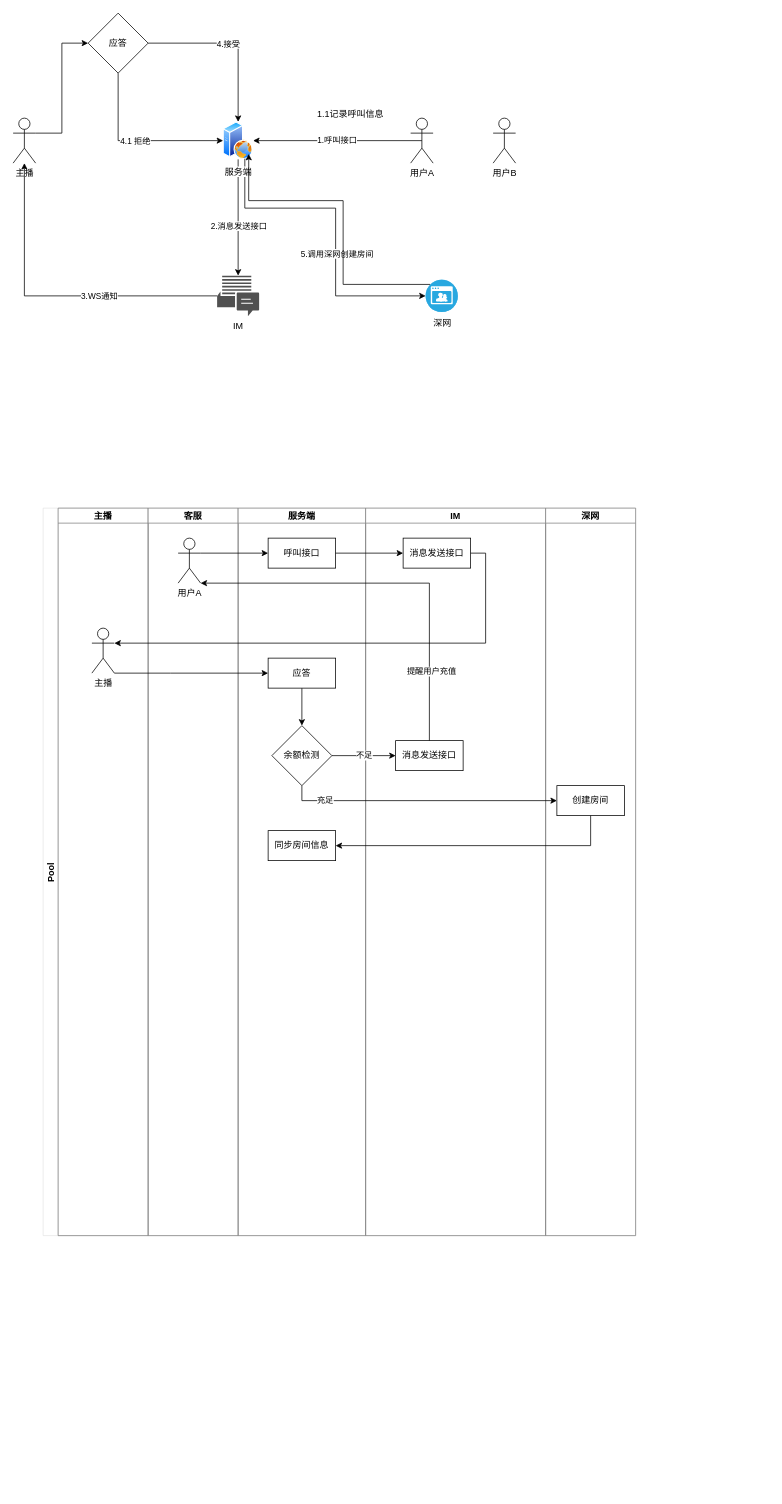
Above: LiveTV.drawio in yiuked/diagram (draw.io), before the change. Source tidied: cells renumbered, new cells numbered last; positions are measured from the earlier drawing's top-left corner, leaving out a move shared by most shapes. Both pictures are drawn from the tidied source at 75%, with x=0, y=0 at pixel (13, 13).
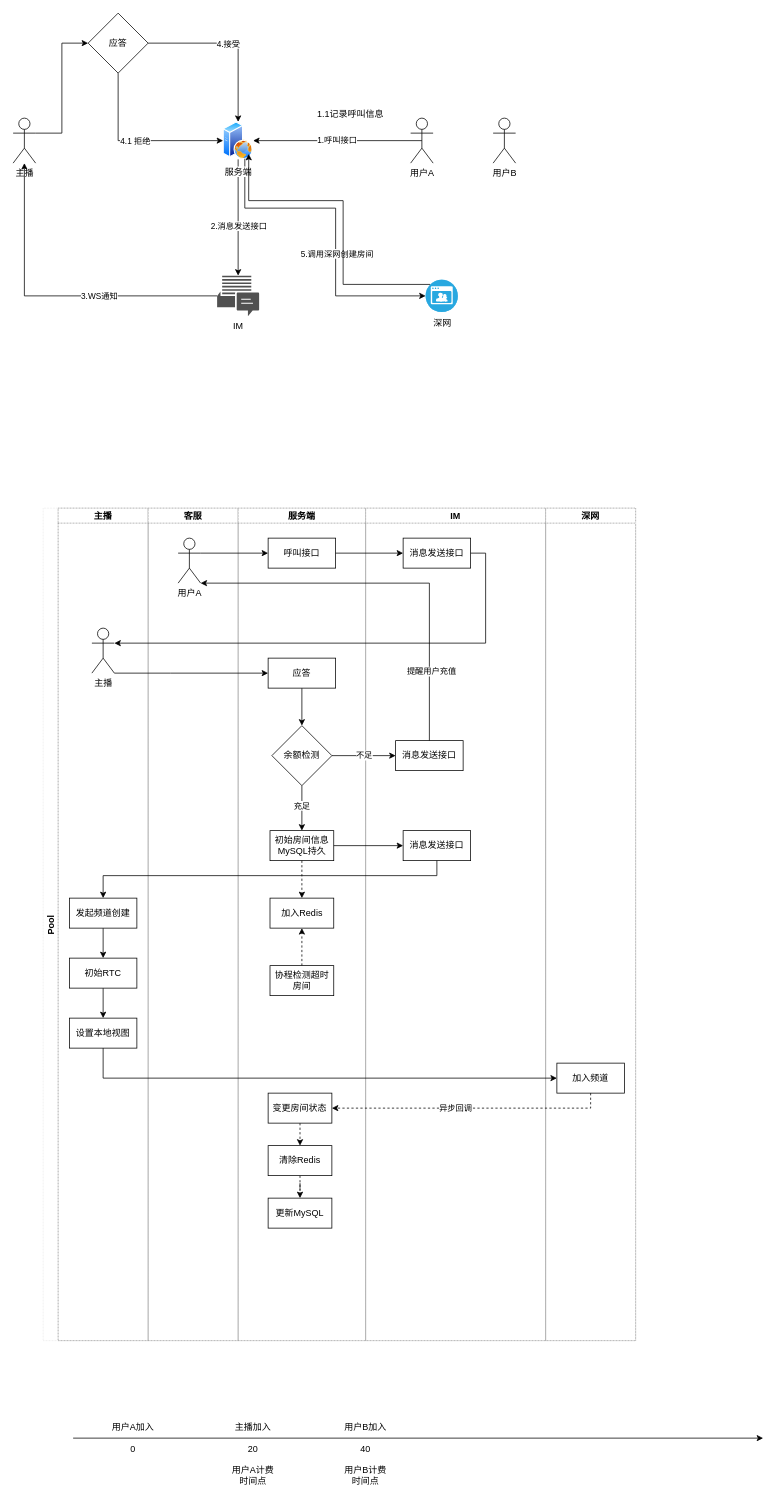
After the change.

The change refers to these unchanged cells:
```xml
<mxCell id="32" value="余额检测" style="rhombus;whiteSpace=wrap;html=1;" parent="28" vertex="1">
  <mxGeometry x="45" y="290" width="80" height="80" as="geometry" />
</mxCell>
```

The edit, as a diff of the source:
```diff
@@
-    <mxCell id="23" value="Pool" style="swimlane;startSize=20;horizontal=0;strokeColor=#E6E6E6;" parent="1" vertex="1">
-      <mxGeometry x="40" y="660" width="790" height="970" as="geometry" />
+    <mxCell id="23" value="Pool" style="swimlane;startSize=20;horizontal=0;strokeColor=#E6E6E6;dashed=1;dashPattern=1 1;" parent="1" vertex="1">
+      <mxGeometry x="40" y="660" width="790" height="1110" as="geometry" />
     </mxCell>
-    <mxCell id="24" value="主播" style="swimlane;startSize=20;strokeColor=#808080;" parent="23" vertex="1">
-      <mxGeometry x="20" width="120" height="970" as="geometry" />
+    <mxCell id="24" value="主播" style="swimlane;startSize=20;strokeColor=#808080;dashed=1;dashPattern=1 1;" parent="23" vertex="1">
+      <mxGeometry x="20" width="120" height="1110" as="geometry" />
     </mxCell>
@@
+    <mxCell id="49" style="edgeStyle=orthogonalEdgeStyle;rounded=0;jettySize=auto;html=1;exitX=0.5;exitY=1;exitDx=0;exitDy=0;" parent="24" edge="1" source="50" target="52">
+      <mxGeometry relative="1" as="geometry" />
+    </mxCell>
+    <mxCell id="50" value="发起频道创建" style="rounded=0;whiteSpace=wrap;html=1;" parent="24" vertex="1">
+      <mxGeometry x="15" y="520" width="90" height="40" as="geometry" />
+    </mxCell>
+    <mxCell id="51" style="edgeStyle=orthogonalEdgeStyle;rounded=0;jettySize=auto;html=1;exitX=0.5;exitY=1;exitDx=0;exitDy=0;" parent="24" edge="1" source="52" target="53">
+      <mxGeometry relative="1" as="geometry" />
+    </mxCell>
+    <mxCell id="52" value="初始RTC" style="rounded=0;whiteSpace=wrap;html=1;" parent="24" vertex="1">
+      <mxGeometry x="15" y="600" width="90" height="40" as="geometry" />
+    </mxCell>
+    <mxCell id="53" value="设置本地视图" style="rounded=0;whiteSpace=wrap;html=1;" parent="24" vertex="1">
+      <mxGeometry x="15" y="680" width="90" height="40" as="geometry" />
+    </mxCell>
-    <mxCell id="26" value="客服" style="swimlane;startSize=20;strokeColor=#808080;" parent="23" vertex="1">
-      <mxGeometry x="140" width="120" height="970" as="geometry" />
+    <mxCell id="26" value="客服" style="swimlane;startSize=20;strokeColor=#808080;dashed=1;dashPattern=1 1;" parent="23" vertex="1">
+      <mxGeometry x="140" width="120" height="1110" as="geometry" />
     </mxCell>
@@
-    <mxCell id="28" value="服务端" style="swimlane;startSize=20;strokeColor=#808080;" parent="23" vertex="1">
-      <mxGeometry x="260" width="170" height="970" as="geometry" />
+    <mxCell id="28" value="服务端" style="swimlane;startSize=20;strokeColor=#808080;dashed=1;dashPattern=1 1;" parent="23" vertex="1">
+      <mxGeometry x="260" width="170" height="1110" as="geometry" />
     </mxCell>
@@
-    <mxCell id="33" value="同步房间信息" style="rounded=0;whiteSpace=wrap;html=1;" parent="28" vertex="1">
-      <mxGeometry x="40" y="430" width="90" height="40" as="geometry" />
+    <mxCell id="33" value="初始房间信息&lt;br&gt;MySQL持久" style="rounded=0;whiteSpace=wrap;html=1;" parent="28" vertex="1">
+      <mxGeometry x="42.5" y="430" width="85" height="40" as="geometry" />
     </mxCell>
+    <mxCell id="54" style="edgeStyle=orthogonalEdgeStyle;rounded=0;jettySize=auto;html=1;exitX=0.5;exitY=1;exitDx=0;exitDy=0;" parent="28" edge="1" source="32" target="33">
+      <mxGeometry relative="1" as="geometry" />
+    </mxCell>
+    <mxCell id="47" value="充足" style="edgeLabel;html=1;align=center;verticalAlign=middle;" parent="54" vertex="1">
+      <mxGeometry x="-0.14" y="-1" relative="1" as="geometry" />
+    </mxCell>
+    <mxCell id="55" style="edgeStyle=orthogonalEdgeStyle;rounded=0;jettySize=auto;html=1;exitX=0.5;exitY=1;exitDx=0;exitDy=0;entryX=0.5;entryY=0;entryDx=0;entryDy=0;dashed=1;" parent="28" edge="1" source="56" target="62">
+      <mxGeometry relative="1" as="geometry" />
+    </mxCell>
+    <mxCell id="56" value="变更房间状态" style="rounded=0;whiteSpace=wrap;html=1;" parent="28" vertex="1">
+      <mxGeometry x="40" y="780" width="85" height="40" as="geometry" />
+    </mxCell>
+    <mxCell id="57" value="加入Redis" style="rounded=0;whiteSpace=wrap;html=1;" parent="28" vertex="1">
+      <mxGeometry x="42.5" y="520" width="85" height="40" as="geometry" />
+    </mxCell>
+    <mxCell id="58" style="edgeStyle=orthogonalEdgeStyle;rounded=0;jettySize=auto;html=1;exitX=0.5;exitY=1;exitDx=0;exitDy=0;dashed=1;" parent="28" edge="1" source="33" target="57">
+      <mxGeometry relative="1" as="geometry" />
+    </mxCell>
+    <mxCell id="59" style="edgeStyle=orthogonalEdgeStyle;rounded=0;jettySize=auto;html=1;dashed=1;" parent="28" edge="1" source="60" target="57">
+      <mxGeometry relative="1" as="geometry" />
+    </mxCell>
+    <mxCell id="60" value="协程检测超时房间" style="rounded=0;whiteSpace=wrap;html=1;" parent="28" vertex="1">
+      <mxGeometry x="42.5" y="610" width="85" height="40" as="geometry" />
+    </mxCell>
+    <mxCell id="61" style="edgeStyle=orthogonalEdgeStyle;rounded=0;jettySize=auto;html=1;exitX=0.5;exitY=1;exitDx=0;exitDy=0;dashed=1;" parent="28" edge="1" source="62" target="63">
+      <mxGeometry relative="1" as="geometry" />
+    </mxCell>
+    <mxCell id="62" value="清除Redis" style="rounded=0;whiteSpace=wrap;html=1;" parent="28" vertex="1">
+      <mxGeometry x="40" y="850" width="85" height="40" as="geometry" />
+    </mxCell>
+    <mxCell id="63" value="更新MySQL" style="rounded=0;whiteSpace=wrap;html=1;" parent="28" vertex="1">
+      <mxGeometry x="40" y="920" width="85" height="40" as="geometry" />
+    </mxCell>
-    <mxCell id="34" value="IM" style="swimlane;startSize=20;strokeColor=#808080;" parent="23" vertex="1">
-      <mxGeometry x="430" width="240" height="970" as="geometry" />
+    <mxCell id="34" value="IM" style="swimlane;startSize=20;strokeColor=#808080;dashed=1;dashPattern=1 1;" parent="23" vertex="1">
+      <mxGeometry x="430" width="240" height="1110" as="geometry" />
     </mxCell>
@@
+    <mxCell id="64" value="消息发送接口" style="rounded=0;whiteSpace=wrap;html=1;" parent="34" vertex="1">
+      <mxGeometry x="50" y="430" width="90" height="40" as="geometry" />
+    </mxCell>
-    <mxCell id="37" value="深网" style="swimlane;startSize=20;strokeColor=#808080;" parent="23" vertex="1">
-      <mxGeometry x="670" width="120" height="970" as="geometry" />
+    <mxCell id="37" value="深网" style="swimlane;startSize=20;strokeColor=#808080;dashed=1;dashPattern=1 1;" parent="23" vertex="1">
+      <mxGeometry x="670" width="120" height="1110" as="geometry" />
     </mxCell>
-    <mxCell id="38" value="创建房间" style="rounded=0;whiteSpace=wrap;html=1;" parent="37" vertex="1">
-      <mxGeometry x="15" y="370" width="90" height="40" as="geometry" />
-    </mxCell>
+    <mxCell id="65" value="加入频道" style="rounded=0;whiteSpace=wrap;html=1;" parent="37" vertex="1">
+      <mxGeometry x="15" y="740" width="90" height="40" as="geometry" />
+    </mxCell>
@@
-    <mxCell id="46" style="edgeStyle=orthogonalEdgeStyle;rounded=0;jettySize=auto;html=1;exitX=0.5;exitY=1;exitDx=0;exitDy=0;entryX=0;entryY=0.5;entryDx=0;entryDy=0;" parent="23" edge="1" source="32" target="38">
-      <mxGeometry relative="1" as="geometry" />
-    </mxCell>
-    <mxCell id="47" value="充足" style="edgeLabel;html=1;align=center;verticalAlign=middle;" parent="46" vertex="1">
-      <mxGeometry x="-0.72" y="1" relative="1" as="geometry" />
-    </mxCell>
-    <mxCell id="48" style="edgeStyle=orthogonalEdgeStyle;rounded=0;jettySize=auto;html=1;exitX=0.5;exitY=1;exitDx=0;exitDy=0;entryX=1;entryY=0.5;entryDx=0;entryDy=0;" parent="23" edge="1" source="38" target="33">
-      <mxGeometry relative="1" as="geometry" />
-    </mxCell>
+    <mxCell id="66" style="edgeStyle=orthogonalEdgeStyle;rounded=0;jettySize=auto;html=1;exitX=0.5;exitY=1;exitDx=0;exitDy=0;entryX=0.5;entryY=0;entryDx=0;entryDy=0;" parent="23" edge="1" source="64" target="50">
+      <mxGeometry relative="1" as="geometry">
+        <Array as="points">
+          <mxPoint x="525" y="490" />
+          <mxPoint x="80" y="490" />
+        </Array>
+      </mxGeometry>
+    </mxCell>
+    <mxCell id="67" style="edgeStyle=orthogonalEdgeStyle;rounded=0;jettySize=auto;html=1;exitX=0.5;exitY=1;exitDx=0;exitDy=0;entryX=0;entryY=0.5;entryDx=0;entryDy=0;" parent="23" edge="1" source="53" target="65">
+      <mxGeometry relative="1" as="geometry">
+        <Array as="points">
+          <mxPoint x="80" y="760" />
+        </Array>
+      </mxGeometry>
+    </mxCell>
+    <mxCell id="68" style="edgeStyle=orthogonalEdgeStyle;rounded=0;jettySize=auto;html=1;exitX=1;exitY=0.5;exitDx=0;exitDy=0;entryX=0;entryY=0.5;entryDx=0;entryDy=0;" parent="23" edge="1" source="33" target="64">
+      <mxGeometry relative="1" as="geometry" />
+    </mxCell>
+    <mxCell id="69" style="edgeStyle=orthogonalEdgeStyle;rounded=0;jettySize=auto;html=1;exitX=0.5;exitY=1;exitDx=0;exitDy=0;entryX=1;entryY=0.5;entryDx=0;entryDy=0;dashed=1;" parent="23" edge="1" source="65" target="56">
+      <mxGeometry relative="1" as="geometry">
+        <Array as="points">
+          <mxPoint x="730" y="800" />
+        </Array>
+      </mxGeometry>
+    </mxCell>
+    <mxCell id="70" value="异步回调" style="edgeLabel;html=1;align=center;verticalAlign=middle;" parent="69" vertex="1">
+      <mxGeometry x="0.1" y="-1" relative="1" as="geometry" />
+    </mxCell>
+    <mxCell id="71" style="endArrow=classic;html=1;rounded=0;" parent="1" edge="1">
+      <mxGeometry relative="1" as="geometry">
+        <mxPoint x="80" y="1900" as="sourcePoint" />
+        <mxPoint x="1000" y="1900" as="targetPoint" />
+      </mxGeometry>
+    </mxCell>
+    <mxCell id="72" value="用户A加入" style="text;html=1;strokeColor=none;fillColor=none;align=center;verticalAlign=middle;whiteSpace=wrap;rounded=0;dashed=1;dashPattern=1 1;" parent="1" vertex="1">
+      <mxGeometry x="130" y="1870" width="60" height="30" as="geometry" />
+    </mxCell>
+    <mxCell id="73" value="主播加入" style="text;html=1;strokeColor=none;fillColor=none;align=center;verticalAlign=middle;whiteSpace=wrap;rounded=0;dashed=1;dashPattern=1 1;" parent="1" vertex="1">
+      <mxGeometry x="290" y="1870" width="60" height="30" as="geometry" />
+    </mxCell>
+    <mxCell id="74" value="用户B加入" style="text;html=1;strokeColor=none;fillColor=none;align=center;verticalAlign=middle;whiteSpace=wrap;rounded=0;dashed=1;dashPattern=1 1;" parent="1" vertex="1">
+      <mxGeometry x="440" y="1870" width="60" height="30" as="geometry" />
+    </mxCell>
+    <mxCell id="75" value="0" style="text;html=1;strokeColor=none;fillColor=none;align=center;verticalAlign=middle;whiteSpace=wrap;rounded=0;dashed=1;dashPattern=1 1;" parent="1" vertex="1">
+      <mxGeometry x="130" y="1900" width="60" height="30" as="geometry" />
+    </mxCell>
+    <mxCell id="76" value="20" style="text;html=1;strokeColor=none;fillColor=none;align=center;verticalAlign=middle;whiteSpace=wrap;rounded=0;dashed=1;dashPattern=1 1;" parent="1" vertex="1">
+      <mxGeometry x="290" y="1900" width="60" height="30" as="geometry" />
+    </mxCell>
+    <mxCell id="77" value="40" style="text;html=1;strokeColor=none;fillColor=none;align=center;verticalAlign=middle;whiteSpace=wrap;rounded=0;dashed=1;dashPattern=1 1;" parent="1" vertex="1">
+      <mxGeometry x="440" y="1900" width="60" height="30" as="geometry" />
+    </mxCell>
+    <mxCell id="78" value="用户A计费时间点" style="text;html=1;strokeColor=none;fillColor=none;align=center;verticalAlign=middle;whiteSpace=wrap;rounded=0;dashed=1;dashPattern=1 1;" parent="1" vertex="1">
+      <mxGeometry x="290" y="1930" width="60" height="40" as="geometry" />
+    </mxCell>
+    <mxCell id="79" value="用户B计费时间点" style="text;html=1;strokeColor=none;fillColor=none;align=center;verticalAlign=middle;whiteSpace=wrap;rounded=0;dashed=1;dashPattern=1 1;" parent="1" vertex="1">
+      <mxGeometry x="440" y="1930" width="60" height="40" as="geometry" />
+    </mxCell>
```
